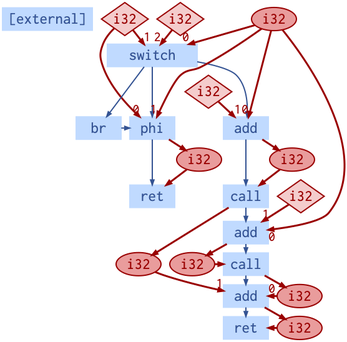
Before: programl/Documentation/assets/llvm2graph-3-dfg.png, a diagram exported from Graphviz (ChrisCummins/ProGraML). Its source is kept beside it as programl/Documentation/assets/llvm2graph-3-dfg.dot. Its diagram source:
```dot
digraph main {
margin=0;

graph [
    nodesep=0.2,
    ranksep=0.2,
];
node [
    fontname=Inconsolata,
    fontsize=25,
    penwidth=2,
    margin=0,
];
edge [
    fontname=Inconsolata,
    fontsize=22,
    arrowsize=.8,
    penwidth=3,
]


external            [shape=box, style=filled, fillcolor="#C0DAFF", color="#C0DAFF", fontcolor="#345393" label="[external]", width=2];

const_1             [shape=diamond, style=filled, fillcolor="#F4CCCC", width=1, color="#990000", fontcolor="#990000", label="i32"];  // 1
const_0             [shape=diamond, style=filled, fillcolor="#F4CCCC", width=1, color="#990000", fontcolor="#990000", label="i32"]; // 0
const_minus_1       [shape=diamond, style=filled, fillcolor="#F4CCCC", width=1, color="#990000", fontcolor="#990000", label="i32"];  // -1
const_minus_2       [shape=diamond, style=filled, fillcolor="#F4CCCC", width=1, color="#990000", fontcolor="#990000", label="i32"];  // -2

inst_switch         [shape=box, style=filled, fillcolor="#C0DAFF", color="#C0DAFF", fontcolor="#345393", width=2, label="switch"];
inst_br             [shape=box, style=filled, fillcolor="#C0DAFF", color="#C0DAFF", fontcolor="#345393", width=1, label="br"];
phi                 [shape=box, style=filled, fillcolor="#C0DAFF", color="#C0DAFF", fontcolor="#345393", width=1, label="phi"];
inst_add_minus_1    [shape=box, style=filled, fillcolor="#C0DAFF", color="#C0DAFF", fontcolor="#345393", width=1, label="add"];
call_1              [shape=box, style=filled, fillcolor="#C0DAFF", color="#C0DAFF", fontcolor="#345393", width=1, label="call"];
inst_add_minus_2    [shape=box, style=filled, fillcolor="#C0DAFF", color="#C0DAFF", fontcolor="#345393", width=1, label="add"];
call_2              [shape=box, style=filled, fillcolor="#C0DAFF", color="#C0DAFF", fontcolor="#345393", width=1, label="call"];
add_3               [shape=box, style=filled, fillcolor="#C0DAFF", color="#C0DAFF", fontcolor="#345393", width=1, label="add"];
ret_2               [shape=box, style=filled, fillcolor="#C0DAFF", color="#C0DAFF", fontcolor="#345393", width=1, label="ret"];
ret_1               [shape=box, style=filled, fillcolor="#C0DAFF", color="#C0DAFF", fontcolor="#345393", width=1, label="ret"];

arg_0               [shape=ellipse, style=filled, fillcolor="#E99C9C", color="#990000", width=1, fontcolor="#990000", label="i32"]; // %0
var_4               [shape=ellipse, style=filled, fillcolor="#E99C9C", color="#990000", width=1, fontcolor="#990000", label="i32"];  // %4
var_5               [shape=ellipse, style=filled, fillcolor="#E99C9C", color="#990000", width=1, fontcolor="#990000", label="i32"];  // %5
var_6               [shape=ellipse, style=filled, fillcolor="#E99C9C", color="#990000", width=1, fontcolor="#990000", label="i32"];  // %6
var_7               [shape=ellipse, style=filled, fillcolor="#E99C9C", color="#990000", width=1, fontcolor="#990000", label="i32"];  // %7
var_8               [shape=ellipse, style=filled, fillcolor="#E99C9C", color="#990000", width=1, fontcolor="#990000", label="i32"];  // %8
var_10              [shape=ellipse, style=filled, fillcolor="#E99C9C", color="#990000", width=1, fontcolor="#990000", label="i32"];  // %10


external -> inst_switch [style=invis];
external -> const_1 [style=invis];

inst_switch -> inst_add_minus_1 [color="#345393", penwidth=2, weight=10, minlen=2];
inst_switch -> phi              [color="#345393", penwidth=2, weight=10, minlen=2];
inst_switch -> inst_br          [color="#345393", penwidth=2, weight=10, minlen=2];
inst_br -> phi                  [color="#345393", penwidth=2, weight=10];
inst_add_minus_1 -> call_1      [color="#345393", penwidth=2, weight=10];
call_1 -> inst_add_minus_2      [color="#345393", penwidth=2, weight=10];
inst_add_minus_2 -> call_2      [color="#345393", penwidth=2, weight=10];
call_2 -> add_3                 [color="#345393", penwidth=2, weight=10];
add_3 -> ret_2                  [color="#345393", penwidth=2, weight=10];
phi -> ret_1                    [color="#345393", penwidth=2, weight=10];

inst_add_minus_1 -> var_4       [color="#990000", labelfontcolor="#990000", weight=0];
call_1 -> var_5                 [color="#990000", labelfontcolor="#990000", weight=0];
var_4 -> call_1                 [color="#990000", labelfontcolor="#990000", weight=0];
inst_add_minus_2 -> var_6       [color="#990000", labelfontcolor="#990000", weight=0];
call_2 -> var_7                 [color="#990000", labelfontcolor="#990000", weight=0];
var_6 -> call_2                 [color="#990000", labelfontcolor="#990000", weight=0];
add_3 -> var_8                  [color="#990000", labelfontcolor="#990000", weight=0];
var_7 -> add_3                  [color="#990000", labelfontcolor="#990000", weight=0, headlabel=0];
var_5 -> add_3                  [color="#990000", labelfontcolor="#990000", weight=0, headlabel=1];
var_8 -> ret_2                  [color="#990000", labelfontcolor="#990000", weight=0];
phi -> var_10                   [color="#990000", labelfontcolor="#990000", weight=0];
var_10 -> ret_1                 [color="#990000", labelfontcolor="#990000", weight=0];
arg_0 -> inst_switch            [color="#990000", labelfontcolor="#990000", weight=0, headlabel=0];
arg_0 -> inst_add_minus_1       [color="#990000", labelfontcolor="#990000", weight=0, headlabel=0];
arg_0 -> inst_add_minus_2       [color="#990000", labelfontcolor="#990000", weight=0, headlabel=0];
arg_0 -> phi                    [color="#990000", labelfontcolor="#990000", weight=0, headlabel=1];


const_1 -> inst_switch              [color="#990000", labelfontcolor="#990000", headlabel=1];
const_0 -> inst_switch              [color="#990000", labelfontcolor="#990000", headlabel=2];
const_1 -> phi                      [color="#990000", labelfontcolor="#990000", headlabel=0];
const_minus_1 -> inst_add_minus_1   [color="#990000", labelfontcolor="#990000", headlabel=1];
const_minus_2 -> inst_add_minus_2   [color="#990000", labelfontcolor="#990000", headlabel=1];

rankdir = TB;
{rank = same; external; const_0; const_1; arg_0;}
{rank = same; inst_add_minus_1; phi; inst_br;}
{rank = same; ret_1; call_1;}
{rank = same; call_2, var_5, var_6;}
{rank = same; add_3, var_7;}
{rank = same; ret_2, var_8;}
}
```
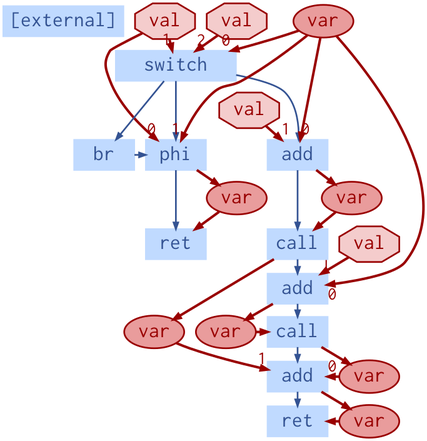
Later version of the same file.

Commit message:
Add description of type graph to documentation.

What changed in the source:
```diff
@@ -21,10 +21,10 @@
 
 external            [shape=box, style=filled, fillcolor="#C0DAFF", color="#C0DAFF", fontcolor="#345393" label="[external]", width=2];
 
-const_1             [shape=diamond, style=filled, fillcolor="#F4CCCC", width=1, color="#990000", fontcolor="#990000", label="i32"];  // 1
-const_0             [shape=diamond, style=filled, fillcolor="#F4CCCC", width=1, color="#990000", fontcolor="#990000", label="i32"]; // 0
-const_minus_1       [shape=diamond, style=filled, fillcolor="#F4CCCC", width=1, color="#990000", fontcolor="#990000", label="i32"];  // -1
-const_minus_2       [shape=diamond, style=filled, fillcolor="#F4CCCC", width=1, color="#990000", fontcolor="#990000", label="i32"];  // -2
+const_1             [shape=octagon, style=filled, fillcolor="#F4CCCC", width=1, color="#990000", fontcolor="#990000", label="val"];  // 1
+const_0             [shape=octagon, style=filled, fillcolor="#F4CCCC", width=1, color="#990000", fontcolor="#990000", label="val"]; // 0
+const_minus_1       [shape=octagon, style=filled, fillcolor="#F4CCCC", width=1, color="#990000", fontcolor="#990000", label="val"];  // -1
+const_minus_2       [shape=octagon, style=filled, fillcolor="#F4CCCC", width=1, color="#990000", fontcolor="#990000", label="val"];  // -2
 
 inst_switch         [shape=box, style=filled, fillcolor="#C0DAFF", color="#C0DAFF", fontcolor="#345393", width=2, label="switch"];
 inst_br             [shape=box, style=filled, fillcolor="#C0DAFF", color="#C0DAFF", fontcolor="#345393", width=1, label="br"];
@@ -37,13 +37,13 @@
 ret_2               [shape=box, style=filled, fillcolor="#C0DAFF", color="#C0DAFF", fontcolor="#345393", width=1, label="ret"];
 ret_1               [shape=box, style=filled, fillcolor="#C0DAFF", color="#C0DAFF", fontcolor="#345393", width=1, label="ret"];
 
-arg_0               [shape=ellipse, style=filled, fillcolor="#E99C9C", color="#990000", width=1, fontcolor="#990000", label="i32"]; // %0
-var_4               [shape=ellipse, style=filled, fillcolor="#E99C9C", color="#990000", width=1, fontcolor="#990000", label="i32"];  // %4
-var_5               [shape=ellipse, style=filled, fillcolor="#E99C9C", color="#990000", width=1, fontcolor="#990000", label="i32"];  // %5
-var_6               [shape=ellipse, style=filled, fillcolor="#E99C9C", color="#990000", width=1, fontcolor="#990000", label="i32"];  // %6
-var_7               [shape=ellipse, style=filled, fillcolor="#E99C9C", color="#990000", width=1, fontcolor="#990000", label="i32"];  // %7
-var_8               [shape=ellipse, style=filled, fillcolor="#E99C9C", color="#990000", width=1, fontcolor="#990000", label="i32"];  // %8
-var_10              [shape=ellipse, style=filled, fillcolor="#E99C9C", color="#990000", width=1, fontcolor="#990000", label="i32"];  // %10
+arg_0               [shape=ellipse, style=filled, fillcolor="#E99C9C", color="#990000", width=1, fontcolor="#990000", label="var"]; // %0
+var_4               [shape=ellipse, style=filled, fillcolor="#E99C9C", color="#990000", width=1, fontcolor="#990000", label="var"];  // %4
+var_5               [shape=ellipse, style=filled, fillcolor="#E99C9C", color="#990000", width=1, fontcolor="#990000", label="var"];  // %5
+var_6               [shape=ellipse, style=filled, fillcolor="#E99C9C", color="#990000", width=1, fontcolor="#990000", label="var"];  // %6
+var_7               [shape=ellipse, style=filled, fillcolor="#E99C9C", color="#990000", width=1, fontcolor="#990000", label="var"];  // %7
+var_8               [shape=ellipse, style=filled, fillcolor="#E99C9C", color="#990000", width=1, fontcolor="#990000", label="var"];  // %8
+var_10              [shape=ellipse, style=filled, fillcolor="#E99C9C", color="#990000", width=1, fontcolor="#990000", label="var"];  // %10
 
 
 external -> inst_switch [style=invis];
```
